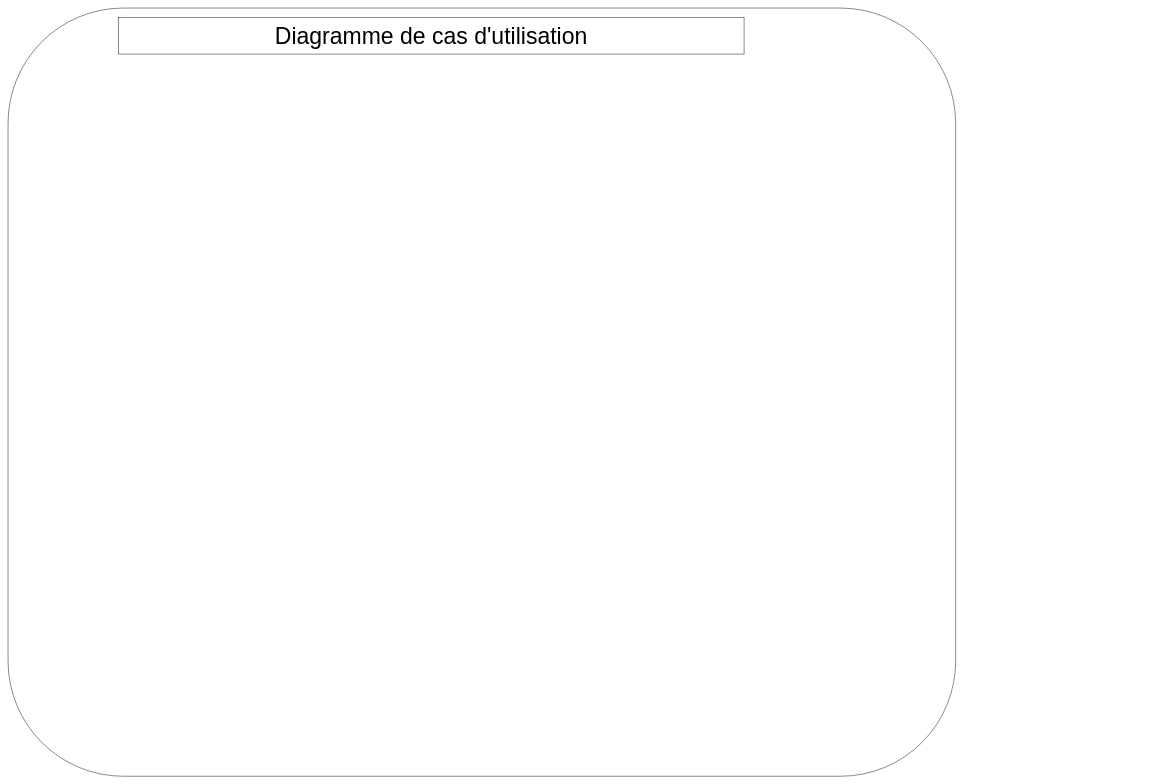
Before: Diagramme sans nom.drawio in OceaneEdde/garageVparrot, a draw.io diagram. Source tidied: cells renumbered, new cells numbered last; positions are measured from the earlier drawing's top-left corner, leaving out a move shared by most shapes. Both pictures are drawn from the tidied source at 46%, with x=0, y=0 at pixel (8, 8).
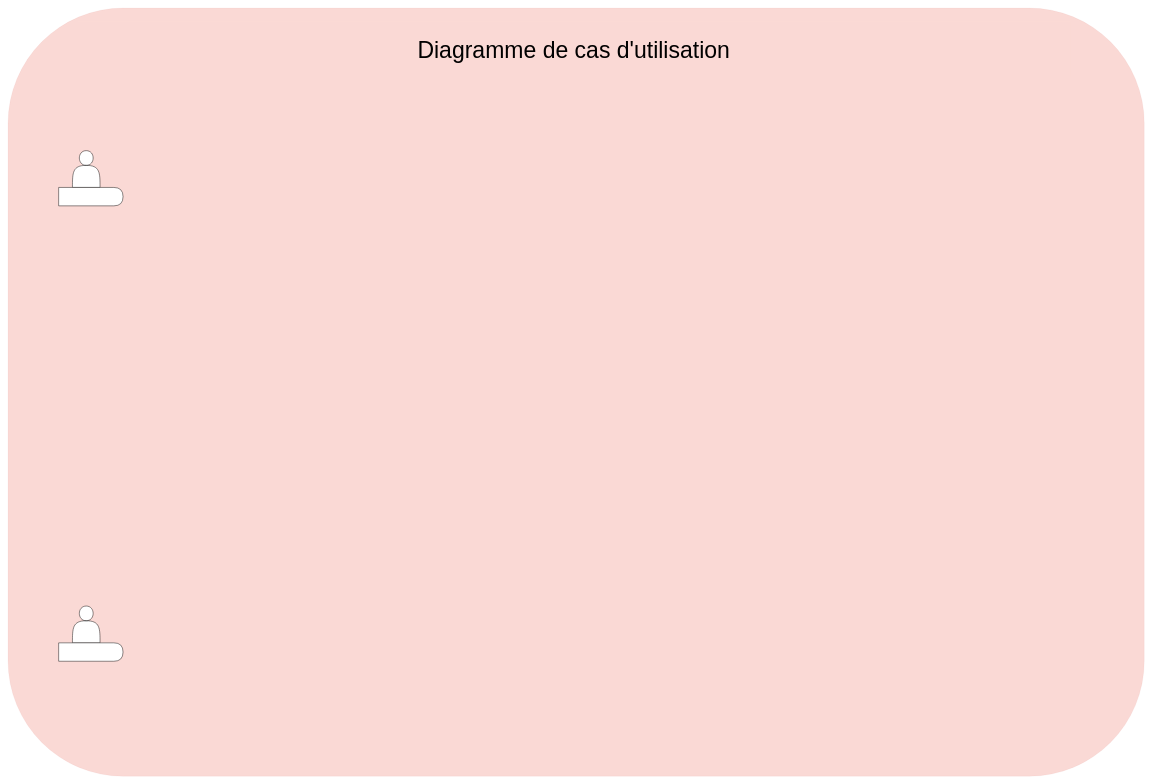
The same page after the edit.

Commit message:
Diagramme de cas d'utilisation

Diff of the diagram source:
```diff
@@
 <mxGraphModel>
   <root>
     <mxCell id="0" />
     <mxCell id="1" parent="0" />
-    <mxCell id="2" style="rounded=1;whiteSpace=wrap;html=1;" parent="1" vertex="1">
-      <mxGeometry width="2060" height="1670" as="geometry" />
+    <mxCell id="2" style="rounded=1;whiteSpace=wrap;html=1;fillColor=#fad9d5;strokeColor=#ae4132;strokeWidth=0;" parent="1" vertex="1">
+      <mxGeometry width="2470" height="1670" as="geometry" />
     </mxCell>
-    <mxCell id="3" value="&lt;font style=&quot;font-size: 50px;&quot;&gt;Diagramme de cas d'utilisation&lt;/font&gt;" style="rounded=0;whiteSpace=wrap;html=1;" parent="1" vertex="1">
-      <mxGeometry x="240" y="20" width="1360" height="80" as="geometry" />
+    <mxCell id="3" value="&lt;font style=&quot;font-size: 50px;&quot;&gt;Diagramme de cas d'utilisation&lt;/font&gt;" style="rounded=0;whiteSpace=wrap;html=1;fillColor=#fad9d5;strokeColor=none;" parent="1" vertex="1">
+      <mxGeometry x="150" y="30" width="2160" height="120" as="geometry" />
     </mxCell>
+    <mxCell id="4" style="shape=actor;whiteSpace=wrap;html=1;" parent="1" vertex="1">
+      <mxGeometry x="140" y="1300" width="60" height="80" as="geometry" />
+    </mxCell>
+    <mxCell id="5" style="shape=actor;whiteSpace=wrap;html=1;" parent="1" vertex="1">
+      <mxGeometry x="140" y="310" width="60" height="80" as="geometry" />
+    </mxCell>
+    <mxCell id="6" style="shape=delay;whiteSpace=wrap;html=1;" parent="1" vertex="1">
+      <mxGeometry x="110" y="390" width="140" height="40" as="geometry" />
+    </mxCell>
+    <mxCell id="7" style="shape=delay;whiteSpace=wrap;html=1;" parent="1" vertex="1">
+      <mxGeometry x="110" y="1380" width="140" height="40" as="geometry" />
+    </mxCell>
   </root>
 </mxGraphModel>
```
